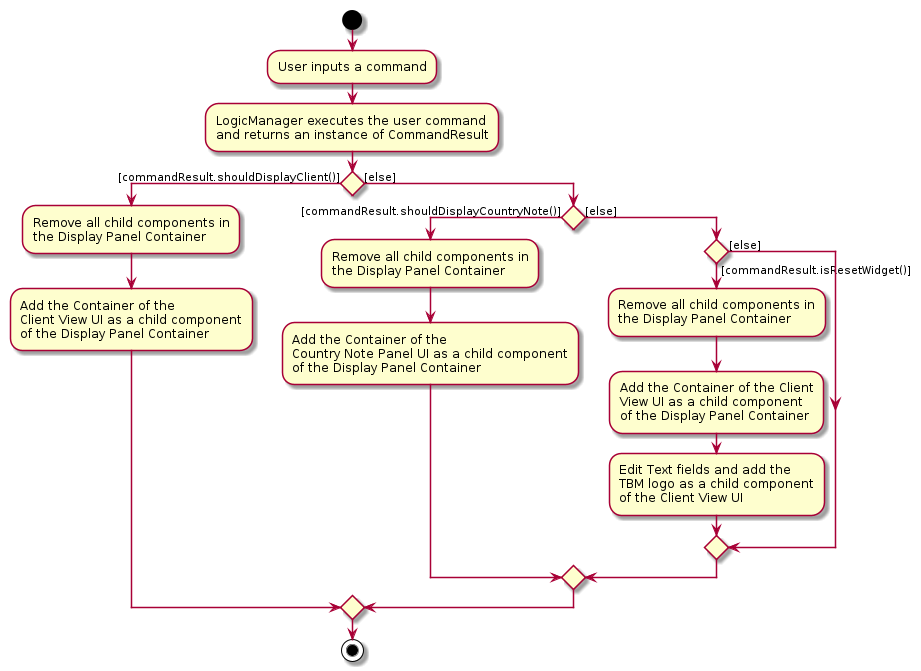
Above: docs/images/CountryNotePanelClientViewActDiag.png in rtshkmr/tp (PlantUML), before the change. Its diagram source:
```plantuml
@startuml
start
:User inputs a command;


:LogicManager executes the user command
and returns an instance of CommandResult;

if () then ([commandResult.shouldDisplayClient()])
    :Remove all child components in
    the Display Panel Container;
    :Add the Container of the
    Client View UI as a child component
    of the Display Panel Container;
else ([else])
  if () then ([commandResult.shouldDisplayCountryNote()])
      :Remove all child components in
      the Display Panel Container;
      :Add the Container of the
      Country Note Panel UI as a child component
      of the Display Panel Container;
  else ([else])
    if () then ([commandResult.isResetWidget()])
      :Remove all child components in
      the Display Panel Container;
      :Add the Container of the Client
      View UI as a child component
      of the Display Panel Container;
      :Edit Text fields and add the
      TBM logo as a child component
      of the Client View UI;
    else ([else])
    endif
  endif
endif
stop
@enduml
```
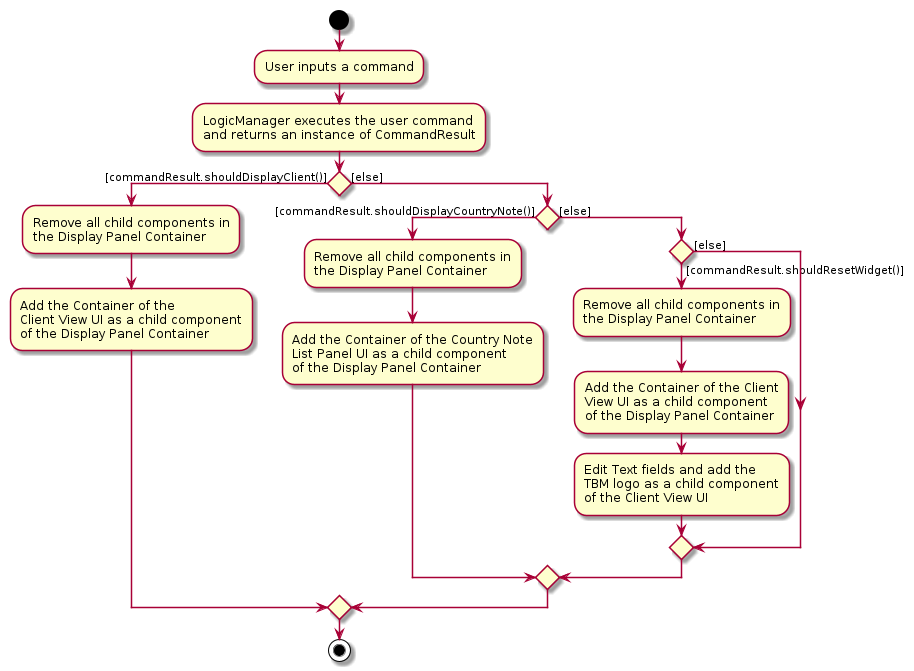
The same file after the commit.

Commit message:
Generate PNG images for PlantUML diagrams

What changed in the source:
```diff
@@ -16,11 +16,11 @@
   if () then ([commandResult.shouldDisplayCountryNote()])
       :Remove all child components in
       the Display Panel Container;
-      :Add the Container of the
-      Country Note Panel UI as a child component
+      :Add the Container of the Country Note
+      List Panel UI as a child component
       of the Display Panel Container;
   else ([else])
-    if () then ([commandResult.isResetWidget()])
+    if () then ([commandResult.shouldResetWidget()])
       :Remove all child components in
       the Display Panel Container;
       :Add the Container of the Client
```
